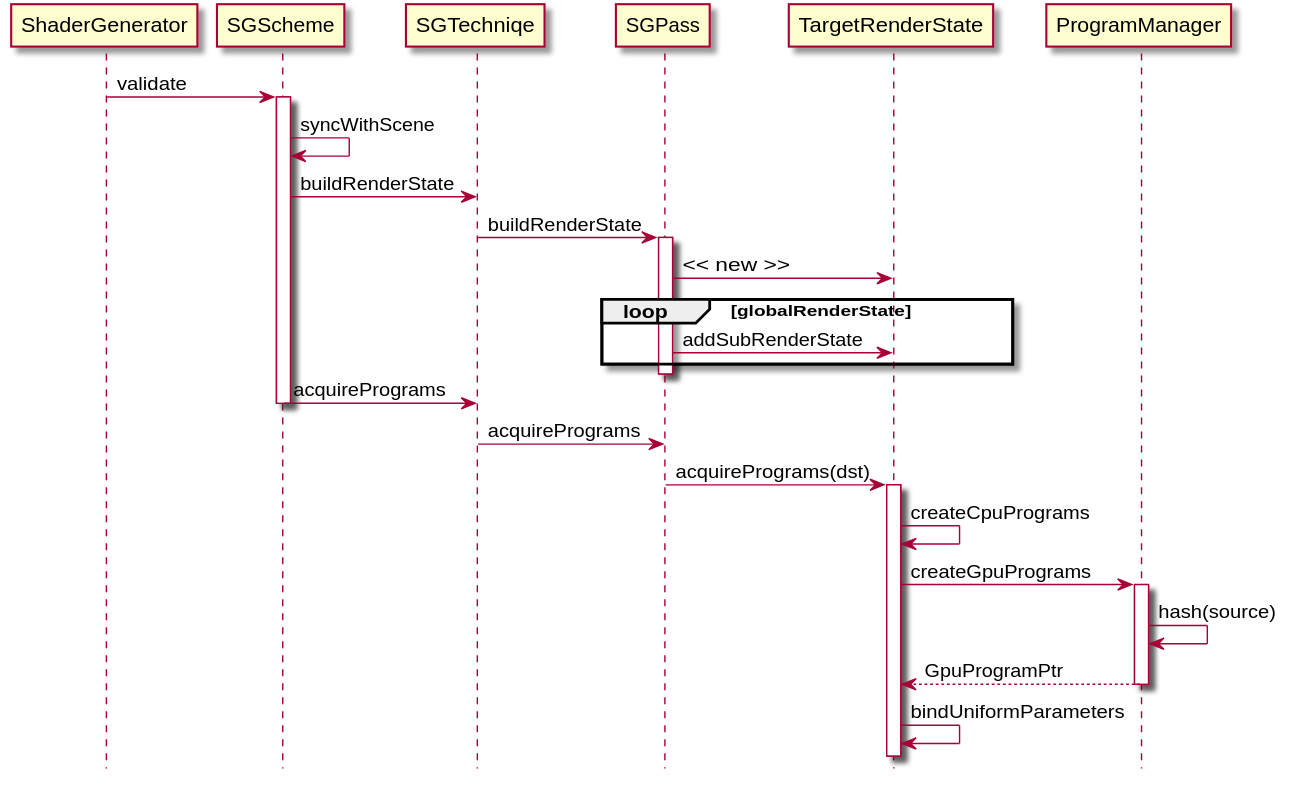
Above: Docs/src/tutorials/RuntimeShaderGeneration.svg in OGRECave/ogre (PlantUML), before the change. Its source is kept beside it as Docs/src/umldocs/RuntimeShaderGeneration.puml. The source it was exported from:
```plantuml
@startuml
hide footbox

ShaderGenerator -> SGScheme: validate
activate SGScheme
SGScheme -> SGScheme: syncWithScene
SGScheme -> SGTechniqe: buildRenderState
SGTechniqe -> SGPass: buildRenderState
activate SGPass
SGPass -> TargetRenderState: << new >>
loop globalRenderState
SGPass -> TargetRenderState: addSubRenderState
end
deactivate SGPass
SGScheme -> SGTechniqe: acquirePrograms
deactivate SGScheme
SGTechniqe -> SGPass: acquirePrograms
SGPass -> TargetRenderState: acquirePrograms(dst)
activate TargetRenderState
TargetRenderState -> TargetRenderState: createCpuPrograms
TargetRenderState -> ProgramManager: createGpuPrograms
activate ProgramManager
ProgramManager -> ProgramManager: hash(source)
ProgramManager --> TargetRenderState: GpuProgramPtr
deactivate ProgramManager
TargetRenderState -> TargetRenderState : bindUniformParameters
@enduml
```
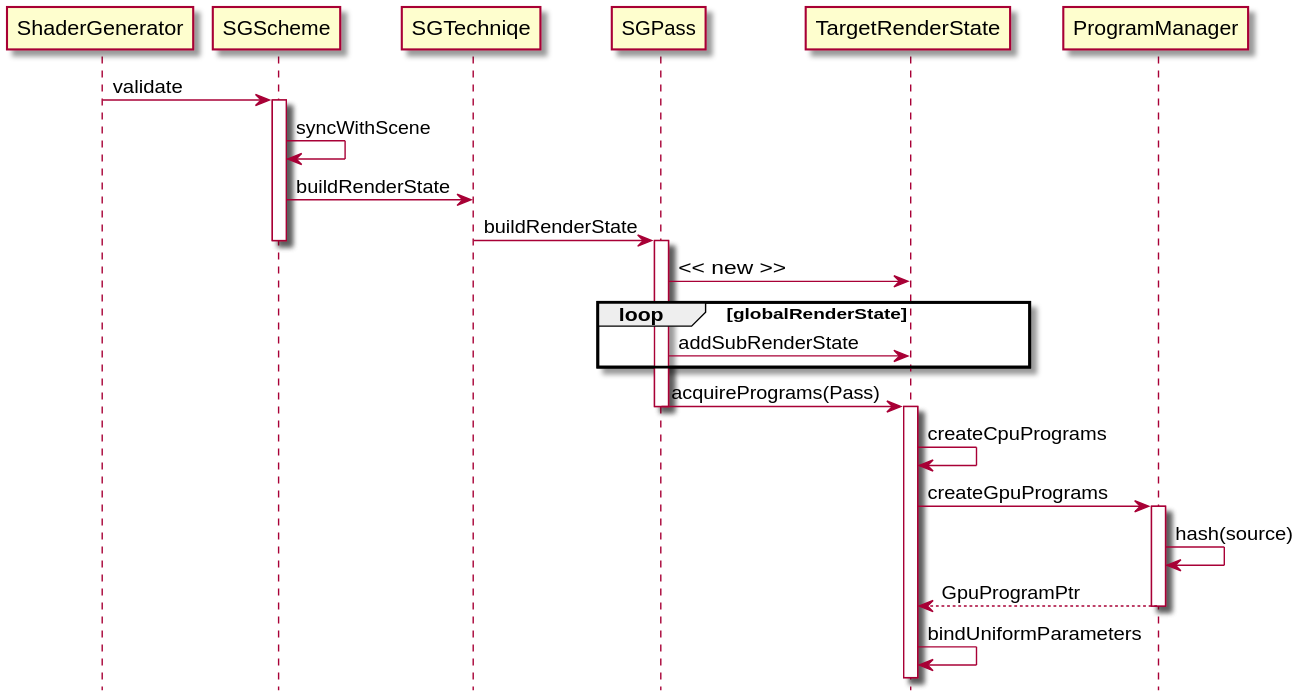
After the change.

Commit message:
RTSS: transfer TargetRenderState ownership to Pass

The edit, as a diff of the source:
```diff
@@ -6,16 +6,14 @@
 SGScheme -> SGScheme: syncWithScene
 SGScheme -> SGTechniqe: buildRenderState
 SGTechniqe -> SGPass: buildRenderState
+deactivate SGScheme
 activate SGPass
 SGPass -> TargetRenderState: << new >>
 loop globalRenderState
 SGPass -> TargetRenderState: addSubRenderState
 end
+SGPass -> TargetRenderState: acquirePrograms(Pass)
 deactivate SGPass
-SGScheme -> SGTechniqe: acquirePrograms
-deactivate SGScheme
-SGTechniqe -> SGPass: acquirePrograms
-SGPass -> TargetRenderState: acquirePrograms(dst)
 activate TargetRenderState
 TargetRenderState -> TargetRenderState: createCpuPrograms
 TargetRenderState -> ProgramManager: createGpuPrograms
```
